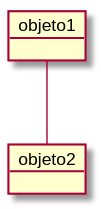
Earlier version of the PlantUML export USantaTecla/tech-plantuml/images/Ejemplo140.svg (USantaTecla-0-general/3-publicaciones).
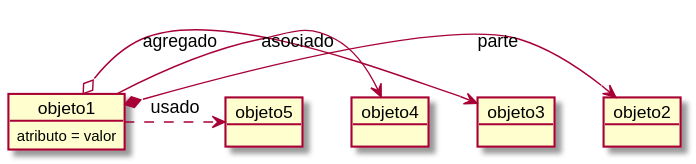
After the change.

What changed in the source:
```diff
@@ -1,6 +1,14 @@
 @startuml
-object objeto1
+object objeto1 {
+  atributo = valor
+}
 object objeto2
+object objeto3
+object objeto4
+object objeto5
 
-objeto1 -- objeto2
+objeto1 *-right-> objeto2 : parte
+objeto1 o-right-> objeto3 : agregado
+objeto1 -right-> objeto4 : asociado
+objeto1 .right.> objeto5 : usado
 @enduml
```
